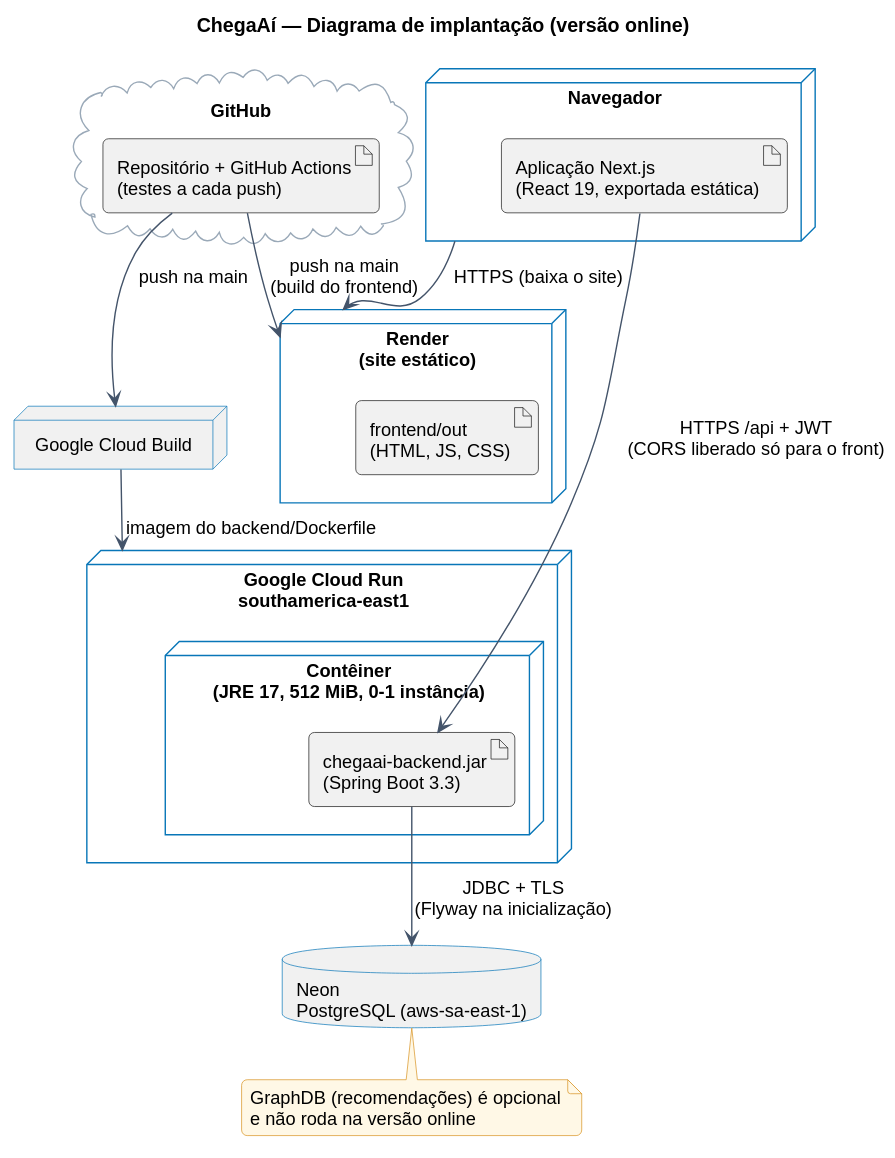
Earlier version of the PlantUML export docs/uml/implantacao.svg (PedroBartkevihi/ChegaAi).
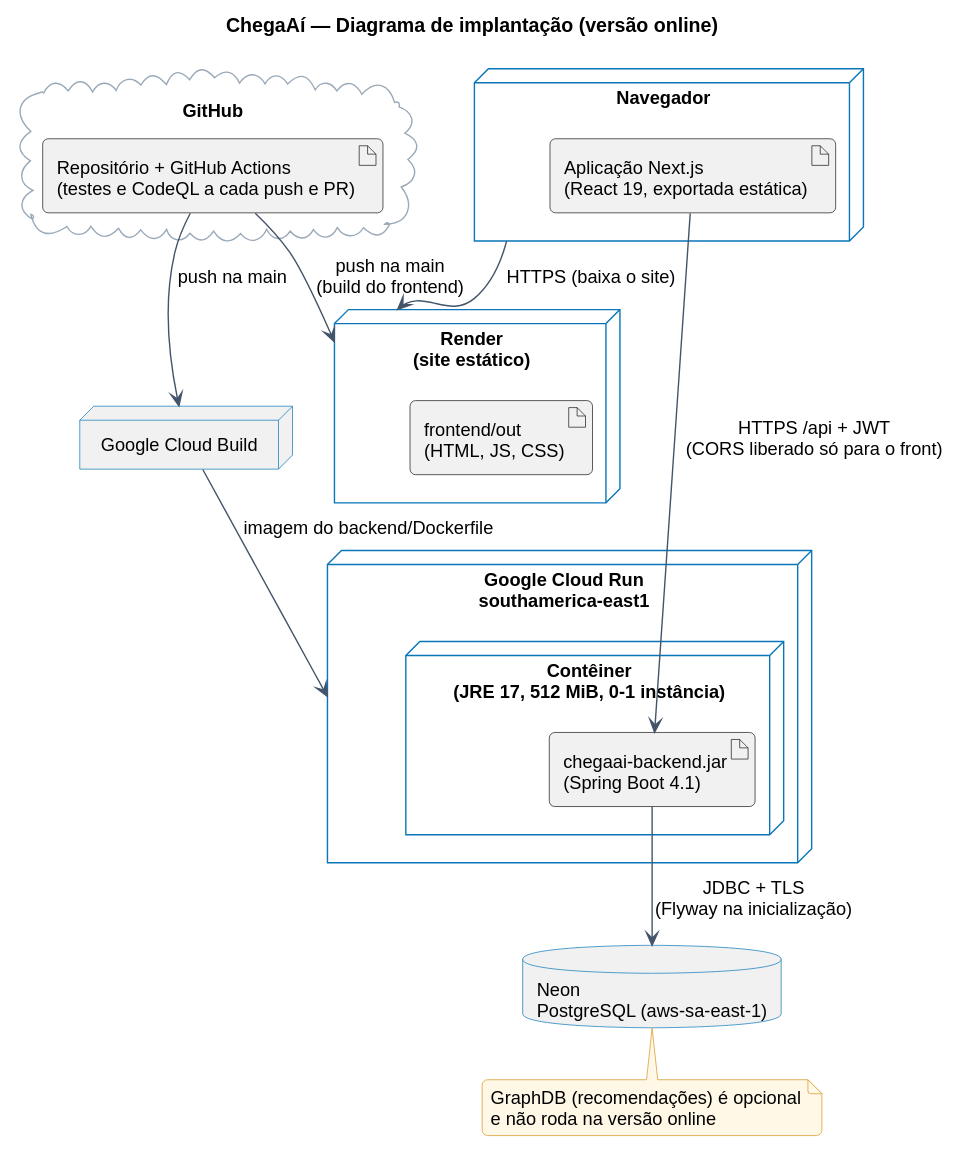
Above is the later version.

Diff of the diagram source:
```diff
@@ -11,12 +11,12 @@
 }
 node "Google Cloud Run\nsouthamerica-east1" as CloudRun {
   node "Contêiner\n(JRE 17, 512 MiB, 0-1 instância)" as Conteiner {
-    artifact "chegaai-backend.jar\n(Spring Boot 3.3)" as Api
+    artifact "chegaai-backend.jar\n(Spring Boot 4.1)" as Api
   }
 }
 database "Neon\nPostgreSQL (aws-sa-east-1)" as Neon
 cloud "GitHub" as GitHub {
-  artifact "Repositório + GitHub Actions\n(testes a cada push)" as Repo
+  artifact "Repositório + GitHub Actions\n(testes e CodeQL a cada push e PR)" as Repo
 }
 node "Google Cloud Build" as CloudBuild
 
```
